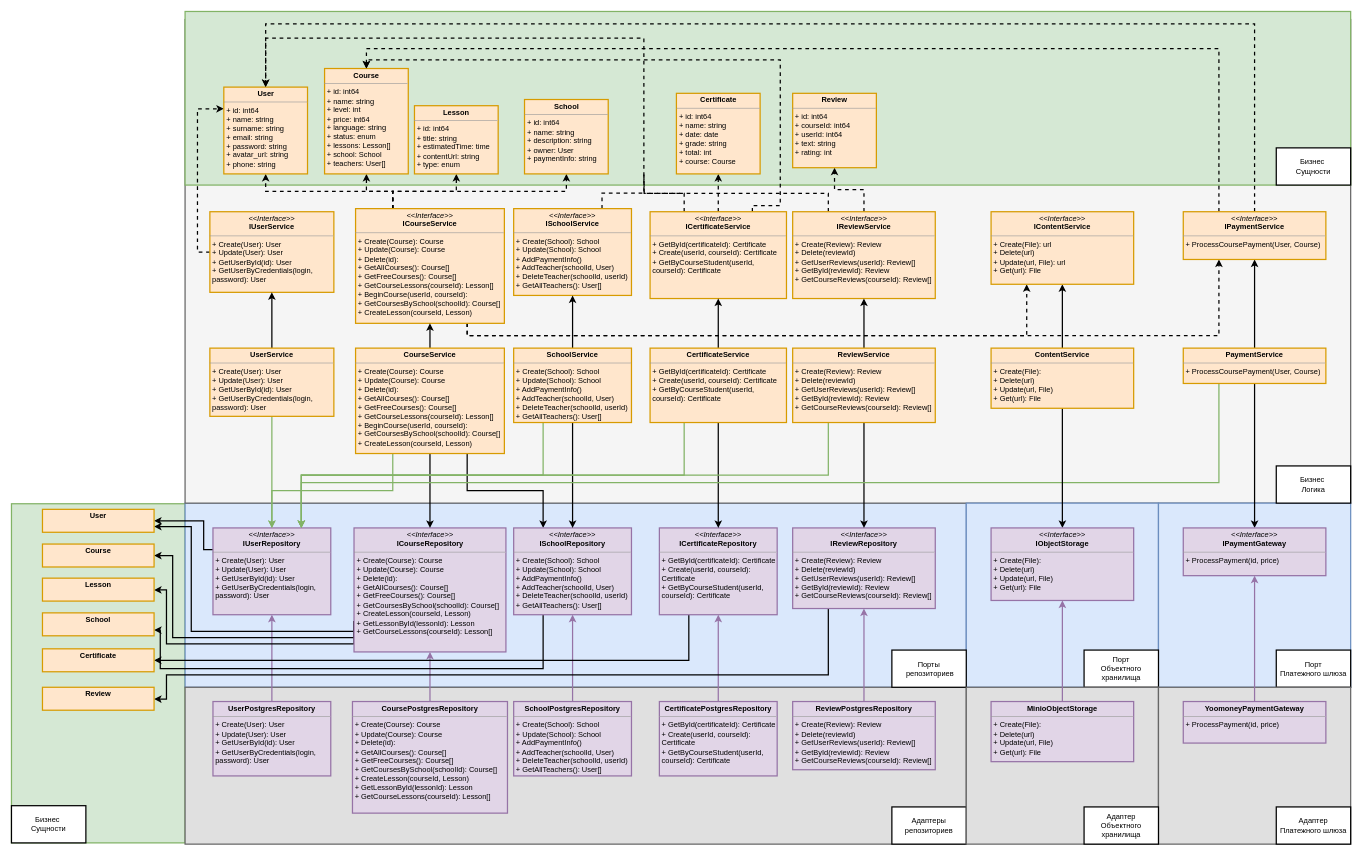
This is docs/images/class.drawio from paw1a/eschool, a draw.io file, before an edit. Source tidied: cells renumbered, new cells numbered last; positions are measured from the earlier drawing's top-left corner, leaving out a move shared by most shapes. Both pictures are drawn from the tidied source at 62%, with x=0, y=0 at pixel (11, 11).
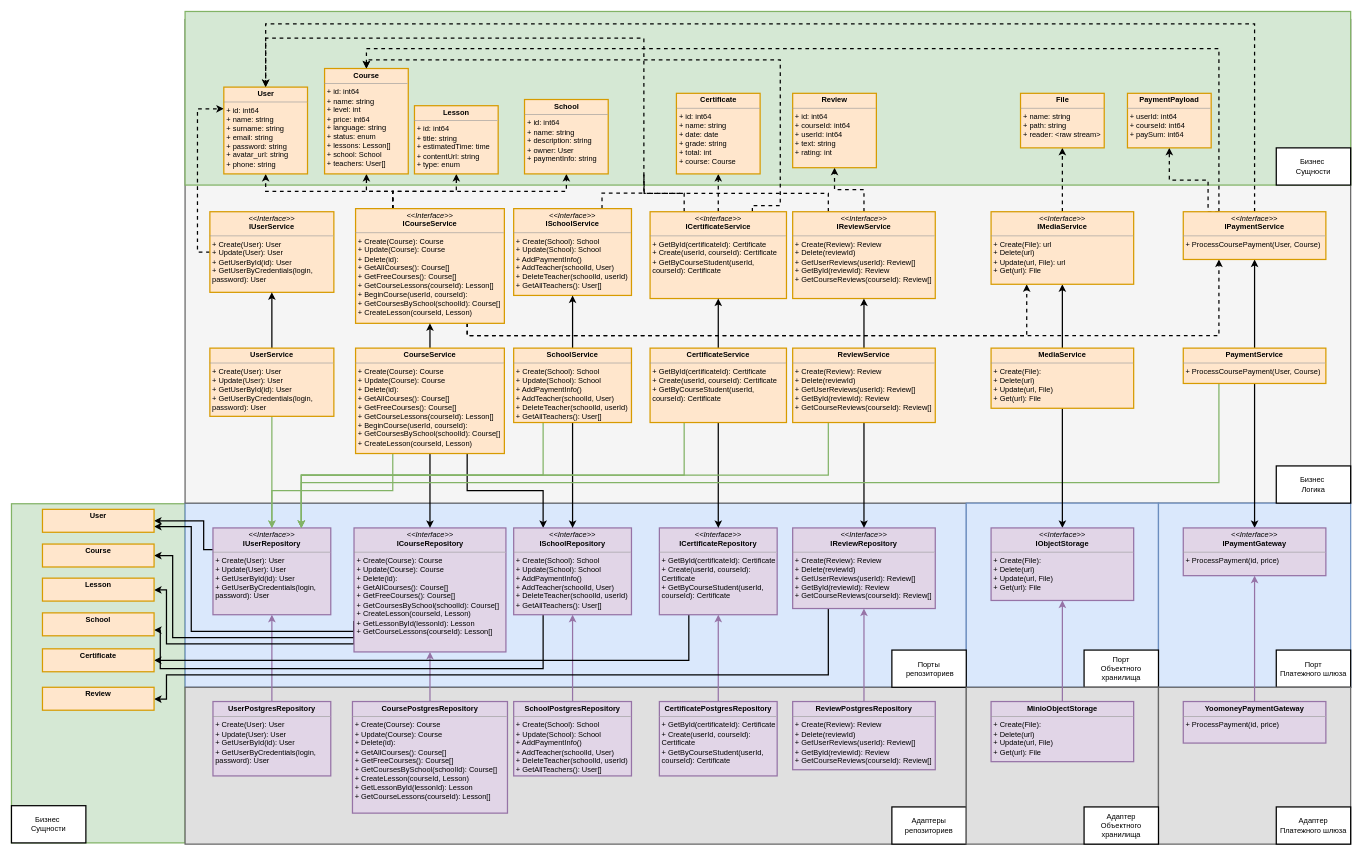
The same page after the edit.

The change refers to these unchanged cells:
```xml
<mxCell id="102" value="&lt;p style=&quot;margin:0px;margin-top:4px;text-align:center;&quot;&gt;&lt;i&gt;&amp;lt;&amp;lt;Interface&amp;gt;&amp;gt;&lt;/i&gt;&lt;br&gt;&lt;b&gt;IPaymentService&lt;/b&gt;&lt;/p&gt;&lt;hr size=&quot;1&quot;&gt;&lt;p style=&quot;margin:0px;margin-left:4px;&quot;&gt;+ ProcessCoursePayment(User, Course)&lt;/p&gt;" style="verticalAlign=top;align=left;overflow=fill;fontSize=12;fontFamily=Helvetica;html=1;whiteSpace=wrap;strokeWidth=2;fillColor=#ffe6cc;strokeColor=#d79b00;" parent="1" vertex="1">
  <mxGeometry x="1890" y="323" width="230" height="77" as="geometry" />
</mxCell>
```

The edit, as a diff of the source:
```diff
@@
-    <mxCell id="98" value="&lt;p style=&quot;margin:0px;margin-top:4px;text-align:center;&quot;&gt;&lt;b&gt;ContentService&lt;/b&gt;&lt;/p&gt;&lt;hr size=&quot;1&quot;&gt;&lt;p style=&quot;border-color: var(--border-color); margin: 0px 0px 0px 4px;&quot;&gt;+ Create(File):&amp;nbsp;&lt;/p&gt;&lt;p style=&quot;border-color: var(--border-color); margin: 0px 0px 0px 4px;&quot;&gt;+ Delete(url)&lt;/p&gt;&lt;p style=&quot;border-color: var(--border-color); margin: 0px 0px 0px 4px;&quot;&gt;+ Update(url, File)&lt;/p&gt;&lt;p style=&quot;border-color: var(--border-color); margin: 0px 0px 0px 4px;&quot;&gt;+ Get(url): File&lt;/p&gt;" style="verticalAlign=top;align=left;overflow=fill;fontSize=12;fontFamily=Helvetica;html=1;whiteSpace=wrap;strokeWidth=2;fillColor=#ffe6cc;strokeColor=#d79b00;" parent="1" vertex="1">
+    <mxCell id="98" value="&lt;p style=&quot;margin:0px;margin-top:4px;text-align:center;&quot;&gt;&lt;b&gt;MediaService&lt;/b&gt;&lt;/p&gt;&lt;hr size=&quot;1&quot;&gt;&lt;p style=&quot;border-color: var(--border-color); margin: 0px 0px 0px 4px;&quot;&gt;+ Create(File):&amp;nbsp;&lt;/p&gt;&lt;p style=&quot;border-color: var(--border-color); margin: 0px 0px 0px 4px;&quot;&gt;+ Delete(url)&lt;/p&gt;&lt;p style=&quot;border-color: var(--border-color); margin: 0px 0px 0px 4px;&quot;&gt;+ Update(url, File)&lt;/p&gt;&lt;p style=&quot;border-color: var(--border-color); margin: 0px 0px 0px 4px;&quot;&gt;+ Get(url): File&lt;/p&gt;" style="verticalAlign=top;align=left;overflow=fill;fontSize=12;fontFamily=Helvetica;html=1;whiteSpace=wrap;strokeWidth=2;fillColor=#ffe6cc;strokeColor=#d79b00;" parent="1" vertex="1">
       <mxGeometry x="1580" y="543" width="230" height="97" as="geometry" />
     </mxCell>
+    <mxCell id="109" style="edgeStyle=orthogonalEdgeStyle;rounded=0;jettySize=auto;html=1;exitX=0.5;exitY=0;exitDx=0;exitDy=0;entryX=0.5;entryY=1;entryDx=0;entryDy=0;dashed=1;strokeWidth=2;" parent="1" edge="1" source="99" target="111">
+      <mxGeometry relative="1" as="geometry" />
+    </mxCell>
-    <mxCell id="99" value="&lt;p style=&quot;margin:0px;margin-top:4px;text-align:center;&quot;&gt;&lt;i&gt;&amp;lt;&amp;lt;Interface&amp;gt;&amp;gt;&lt;/i&gt;&lt;br&gt;&lt;b&gt;IContentService&lt;/b&gt;&lt;/p&gt;&lt;hr size=&quot;1&quot;&gt;&lt;p style=&quot;margin:0px;margin-left:4px;&quot;&gt;+ Create(File): url&lt;/p&gt;&lt;p style=&quot;margin:0px;margin-left:4px;&quot;&gt;&lt;span style=&quot;background-color: initial;&quot;&gt;+ Delete(url)&lt;/span&gt;&lt;/p&gt;&lt;p style=&quot;margin:0px;margin-left:4px;&quot;&gt;+ Update(url, File): url&lt;/p&gt;&lt;p style=&quot;margin:0px;margin-left:4px;&quot;&gt;+ Get(url): File&lt;/p&gt;" style="verticalAlign=top;align=left;overflow=fill;fontSize=12;fontFamily=Helvetica;html=1;whiteSpace=wrap;strokeWidth=2;fillColor=#ffe6cc;strokeColor=#d79b00;" parent="1" vertex="1">
+    <mxCell id="99" value="&lt;p style=&quot;margin:0px;margin-top:4px;text-align:center;&quot;&gt;&lt;i&gt;&amp;lt;&amp;lt;Interface&amp;gt;&amp;gt;&lt;/i&gt;&lt;br&gt;&lt;b&gt;IMediaService&lt;/b&gt;&lt;/p&gt;&lt;hr size=&quot;1&quot;&gt;&lt;p style=&quot;margin:0px;margin-left:4px;&quot;&gt;+ Create(File): url&lt;/p&gt;&lt;p style=&quot;margin:0px;margin-left:4px;&quot;&gt;&lt;span style=&quot;background-color: initial;&quot;&gt;+ Delete(url)&lt;/span&gt;&lt;/p&gt;&lt;p style=&quot;margin:0px;margin-left:4px;&quot;&gt;+ Update(url, File): url&lt;/p&gt;&lt;p style=&quot;margin:0px;margin-left:4px;&quot;&gt;+ Get(url): File&lt;/p&gt;" style="verticalAlign=top;align=left;overflow=fill;fontSize=12;fontFamily=Helvetica;html=1;whiteSpace=wrap;strokeWidth=2;fillColor=#ffe6cc;strokeColor=#d79b00;" parent="1" vertex="1">
       <mxGeometry x="1580" y="323" width="230" height="117" as="geometry" />
     </mxCell>
@@
+    <mxCell id="110" style="edgeStyle=orthogonalEdgeStyle;rounded=0;jettySize=auto;html=1;exitX=0.25;exitY=0;exitDx=0;exitDy=0;entryX=0.5;entryY=1;entryDx=0;entryDy=0;dashed=1;strokeWidth=2;" parent="1" edge="1" source="102" target="112">
+      <mxGeometry relative="1" as="geometry">
+        <Array as="points">
+          <mxPoint x="1930" y="323" />
+          <mxPoint x="1930" y="272" />
+          <mxPoint x="1868" y="272" />
+        </Array>
+      </mxGeometry>
+    </mxCell>
@@
+    <mxCell id="111" value="&lt;p style=&quot;margin:0px;margin-top:4px;text-align:center;&quot;&gt;&lt;b&gt;File&lt;/b&gt;&lt;/p&gt;&lt;hr size=&quot;1&quot;&gt;&lt;p style=&quot;border-color: var(--border-color); margin: 0px 0px 0px 4px;&quot;&gt;+ name: string&lt;br style=&quot;border-color: var(--border-color);&quot;&gt;+ path: string&lt;/p&gt;&lt;p style=&quot;border-color: var(--border-color); margin: 0px 0px 0px 4px;&quot;&gt;+ reader: &amp;lt;raw stream&amp;gt;&lt;/p&gt;" style="verticalAlign=top;align=left;overflow=fill;fontSize=12;fontFamily=Helvetica;html=1;whiteSpace=wrap;strokeWidth=2;fillColor=#ffe6cc;strokeColor=#d79b00;" parent="1" vertex="1">
+      <mxGeometry x="1627.5" y="132" width="135" height="88" as="geometry" />
+    </mxCell>
+    <mxCell id="112" value="&lt;p style=&quot;margin:0px;margin-top:4px;text-align:center;&quot;&gt;&lt;b&gt;PaymentPayload&lt;/b&gt;&lt;/p&gt;&lt;hr size=&quot;1&quot;&gt;&lt;p style=&quot;border-color: var(--border-color); margin: 0px 0px 0px 4px;&quot;&gt;+ userId: int64&lt;br style=&quot;border-color: var(--border-color);&quot;&gt;+ courseId: int64&lt;/p&gt;&lt;p style=&quot;border-color: var(--border-color); margin: 0px 0px 0px 4px;&quot;&gt;+ paySum: int64&lt;/p&gt;" style="verticalAlign=top;align=left;overflow=fill;fontSize=12;fontFamily=Helvetica;html=1;whiteSpace=wrap;strokeWidth=2;fillColor=#ffe6cc;strokeColor=#d79b00;" parent="1" vertex="1">
+      <mxGeometry x="1800" y="132" width="135" height="88" as="geometry" />
+    </mxCell>
```
